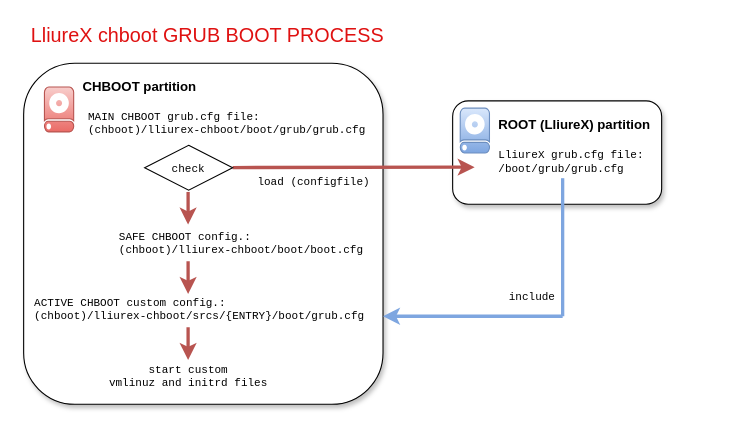
Before: images/chboot-boot.drawio in lliurex/lliurex-chboot, a draw.io diagram. Source tidied: cells renumbered, new cells numbered last; positions are measured from the earlier drawing's top-left corner, leaving out a move shared by most shapes. Both pictures are drawn from the tidied source at 110%, with x=0, y=0 at pixel (23, 19).
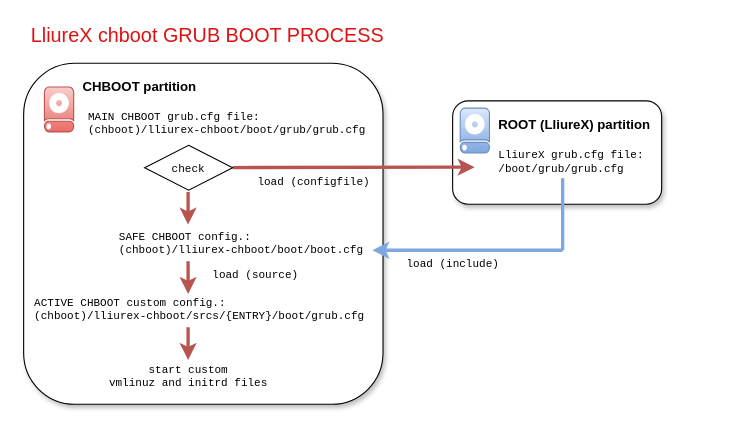
Above is the later version.

Change to the diagram source:
```diff
@@
     <mxCell id="14" style="endArrow=none;html=1;rounded=0;defaultLabelBackgroundColor=page;labelPadding=0 4;strokeWidth=3;fillColor=#cce5ff;strokeColor=#7EA6E0;" parent="1" edge="1">
       <mxGeometry relative="1" as="geometry">
-        <mxPoint x="490" y="270" as="sourcePoint" />
+        <mxPoint x="490" y="210" as="sourcePoint" />
         <mxPoint x="490" y="144.5" as="targetPoint" />
       </mxGeometry>
     </mxCell>
-    <mxCell id="15" style="endArrow=classic;html=1;rounded=0;fillColor=#f8cecc;gradientColor=#ea6b66;strokeColor=#7EA6E0;strokeWidth=3;entryX=1;entryY=0.5;entryDx=0;entryDy=0;" parent="1" edge="1">
+    <mxCell id="15" style="endArrow=classic;html=1;rounded=0;fillColor=#f8cecc;gradientColor=#ea6b66;strokeColor=#7EA6E0;strokeWidth=3;" parent="1" edge="1">
       <mxGeometry relative="1" as="geometry">
-        <mxPoint x="490" y="270" as="sourcePoint" />
-        <mxPoint x="326.7" y="270" as="targetPoint" />
+        <mxPoint x="490" y="210" as="sourcePoint" />
+        <mxPoint x="317" y="210" as="targetPoint" />
       </mxGeometry>
     </mxCell>
-    <mxCell id="16" value="include" style="text;html=1;strokeColor=none;fillColor=none;align=center;verticalAlign=middle;whiteSpace=wrap;overflow=hidden;fontFamily=Courier New;fontSize=10;" parent="1" vertex="1">
-      <mxGeometry x="410" y="240" width="105.3" height="25" as="geometry" />
+    <mxCell id="16" value="load (include)" style="text;html=1;strokeColor=none;fillColor=none;align=center;verticalAlign=middle;whiteSpace=wrap;overflow=hidden;fontFamily=Courier New;fontSize=10;" parent="1" vertex="1">
+      <mxGeometry x="338.3" y="210" width="105.3" height="25" as="geometry" />
     </mxCell>
@@
+    <mxCell id="23" value="&lt;div align=&quot;left&quot;&gt;load (source)&lt;/div&gt;" style="text;html=1;strokeColor=none;fillColor=none;align=left;verticalAlign=middle;whiteSpace=wrap;overflow=hidden;fontFamily=Courier New;fontSize=10;" parent="1" vertex="1">
+      <mxGeometry x="170" y="220" width="80" height="25" as="geometry" />
+    </mxCell>
```
